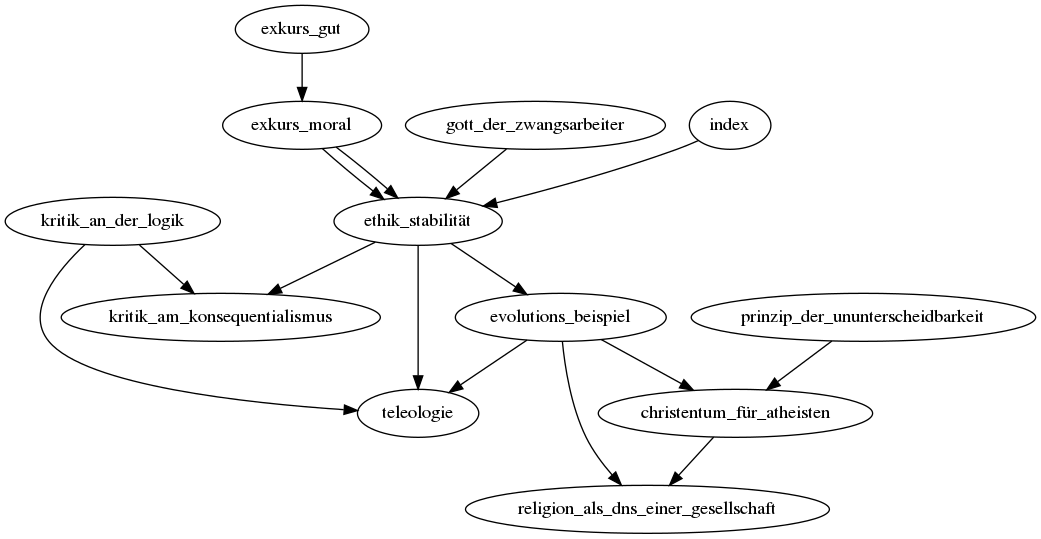
Earlier version of the Graphviz export graph.dot.png (risajef/risajef.github.io). Its source is kept beside it as graph.dot.
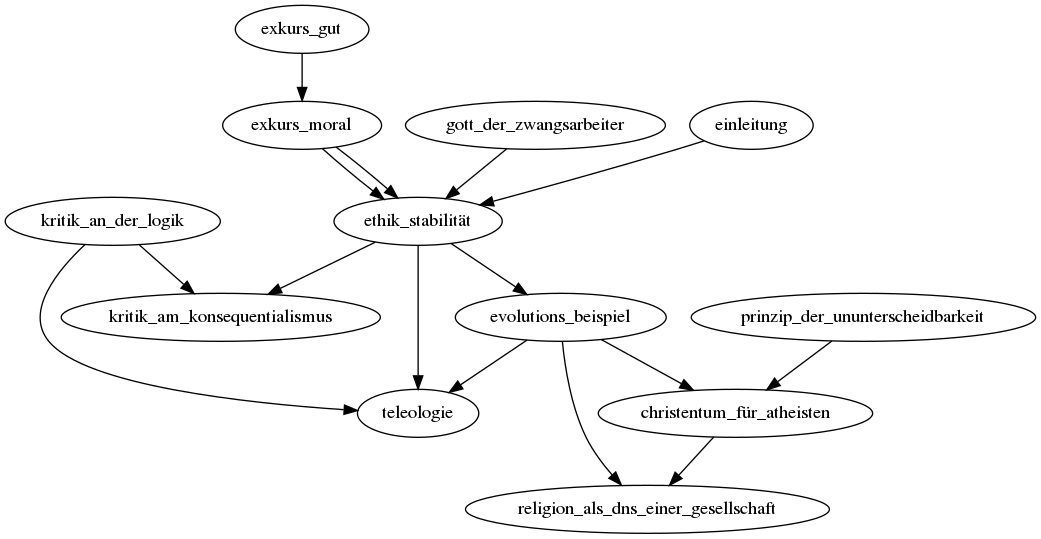
Above is the later version.

The edit, as a diff of the source:
```diff
@@ -6,11 +6,12 @@
 	"gott_der_zwangsarbeiter" -> "ethik_stabilität";
 	"prinzip_der_ununterscheidbarkeit" -> "christentum_für_atheisten";
 	"christentum_für_atheisten" -> "religion_als_dns_einer_gesellschaft";
+	"einleitung";
 	"evolutions_beispiel" -> "religion_als_dns_einer_gesellschaft";
 	"ethik_stabilität" -> "teleologie";
 	"ethik_stabilität" -> "evolutions_beispiel";
 	"exkurs_moral" -> "ethik_stabilität";
-	"index" -> "ethik_stabilität";
+	"einleitung" -> "ethik_stabilität";
 	"ethik_stabilität" -> "kritik_am_konsequentialismus";
 	"kritik_an_der_logik" -> "teleologie";
 	"kritik_an_der_logik" -> "kritik_am_konsequentialismus";
```
